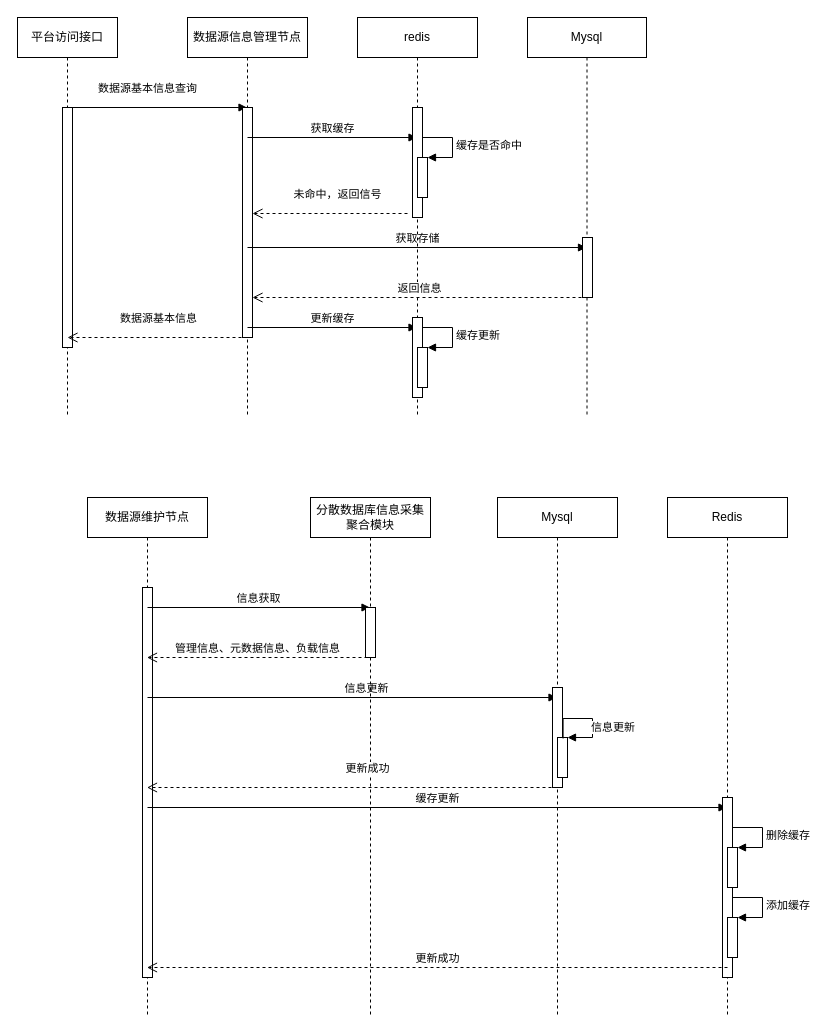
Above: UML/信息管理时序图.drawio in wangjq4214/draw.io (draw.io), before the change. Source tidied: cells renumbered, new cells numbered last; positions are measured from the earlier drawing's top-left corner, leaving out a move shared by most shapes. Both pictures are drawn from the tidied source at 100%, with x=0, y=0 at pixel (17, 17).
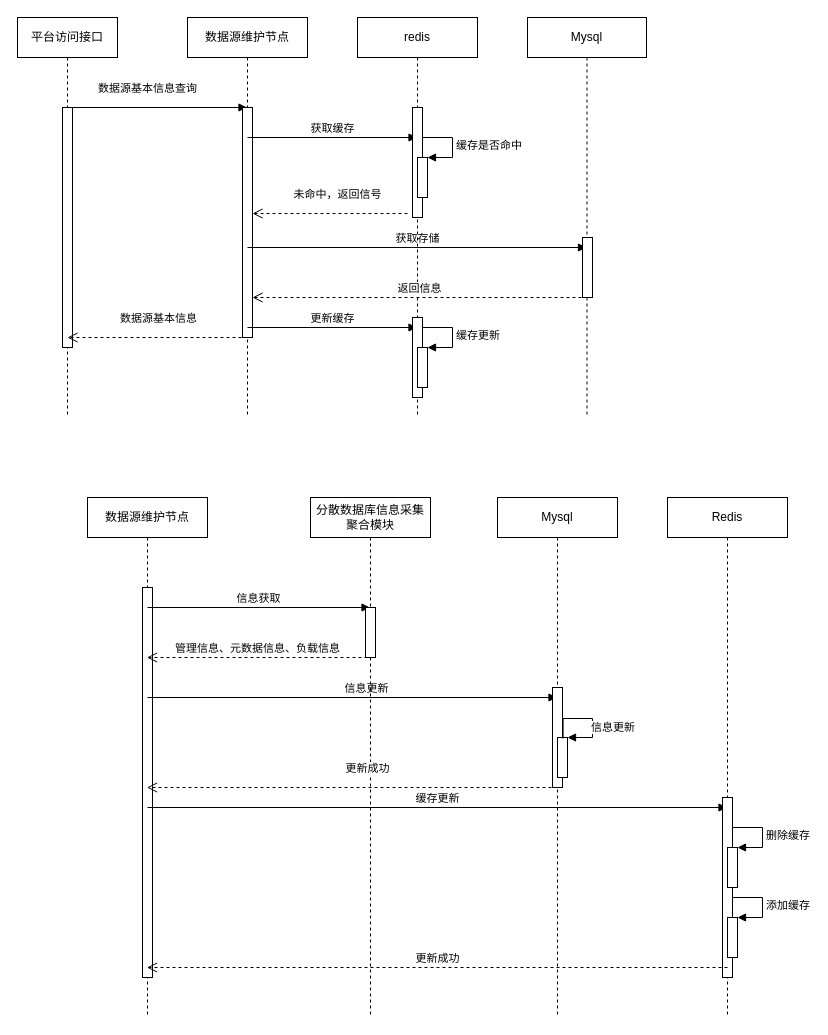
The same diagram, later.

Commit message (it also covers changes not shown here):
更新信息管理时序图.drawio

What changed in the source:
```diff
@@
-    <mxCell id="5" value="数据源信息管理节点" style="shape=umlLifeline;perimeter=lifelinePerimeter;whiteSpace=wrap;html=1;outlineConnect=0;" parent="1" vertex="1">
+    <mxCell id="5" value="数据源维护节点" style="shape=umlLifeline;perimeter=lifelinePerimeter;whiteSpace=wrap;html=1;outlineConnect=0;" parent="1" vertex="1">
       <mxGeometry x="170" width="120" height="400" as="geometry" />
     </mxCell>
```
